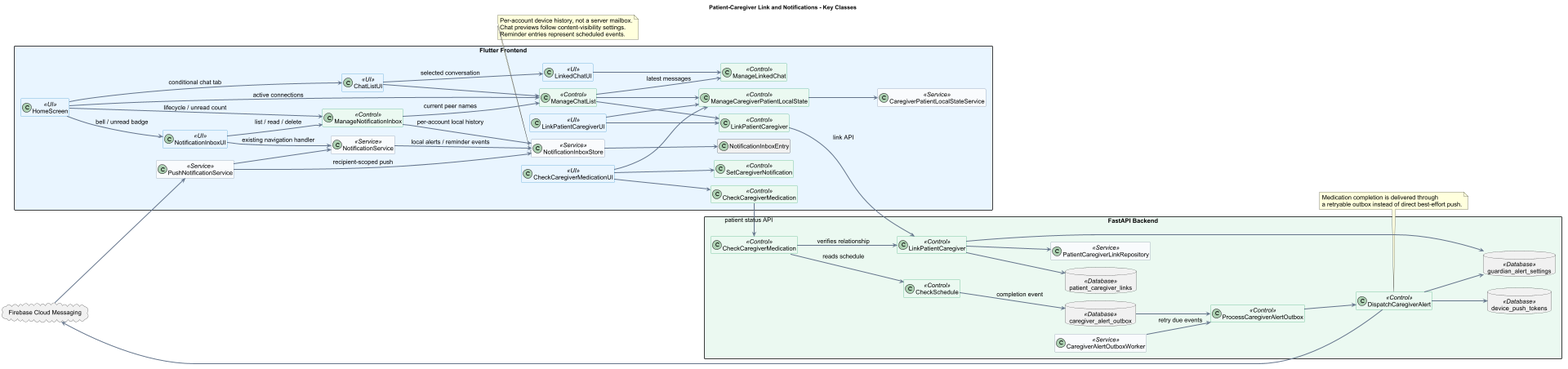
Earlier version of the PlantUML export docs/UML/class/04_CaregiverNotifications.png (1window2/MedBuddy). Its diagram source:
```plantuml
@startuml
allowmixing
scale max 1920 width
left to right direction
!pragma layout smetana

title Patient-Caregiver Link and Notifications - Key Classes

skinparam backgroundColor white
skinparam shadowing false
skinparam linetype ortho
skinparam defaultFontName Arial
skinparam defaultFontSize 15
skinparam ArrowColor #64748B
skinparam ArrowThickness 2
skinparam packageStyle rectangle
skinparam classAttributeIconSize 0
hide empty members

skinparam classBackgroundColor<<UI>> #E8F4FF
skinparam classBorderColor<<UI>> #147BC1
skinparam classBackgroundColor<<Control>> #EAF8F0
skinparam classBorderColor<<Control>> #159957
skinparam classBackgroundColor<<Service>> #F8FAFC
skinparam classBorderColor<<Service>> #64748B
skinparam classBackgroundColor<<Database>> #FFF7E6
skinparam classBorderColor<<Database>> #D97706
skinparam classBackgroundColor<<External>> #FFF7E6
skinparam classBorderColor<<External>> #D97706

package "Flutter Frontend" #E8F4FF {
  class HomeScreen <<UI>>
  class ChatListUI <<UI>>
  class LinkedChatUI <<UI>>
  class ManageChatList <<Control>>
  class ManageLinkedChat <<Control>>
  class LinkPatientCaregiverUI <<UI>>
  class CheckCaregiverMedicationUI <<UI>>
  class "LinkPatientCaregiver" as FLinkPatientCaregiver <<Control>>
  class ManageCaregiverPatientLocalState <<Control>>
  class "CheckCaregiverMedication" as FCheckCaregiverMedication <<Control>>
  class "SetCaregiverNotification" as FSetCaregiverNotification <<Control>>
  class CaregiverPatientLocalStateService <<Service>>
  class PushNotificationService <<Service>>
  class NotificationService <<Service>>
  class NotificationInboxUI <<UI>>
  class ManageNotificationInbox <<Control>>
  class NotificationInboxStore <<Service>>
  class NotificationInboxEntry
}

package "FastAPI Backend" #EAF8F0 {
  class "LinkPatientCaregiver" as BLinkPatientCaregiver <<Control>>
  class "CheckCaregiverMedication" as BCheckCaregiverMedication <<Control>>
  class "CheckSchedule" as BCheckSchedule <<Control>>
  class DispatchCaregiverAlert <<Control>>
  class ProcessCaregiverAlertOutbox <<Control>>
  class CaregiverAlertOutboxWorker <<Service>>
  class PatientCaregiverLinkRepository <<Service>>
  database "patient_caregiver_links" as DBPatientCaregiverLink <<Database>>
  database "guardian_alert_settings" as DBCaregiverNotification <<Database>>
  database "caregiver_alert_outbox" as DBCaregiverAlertOutbox <<Database>>
  database "device_push_tokens" as DBDevicePushToken <<Database>>
}

cloud "Firebase Cloud Messaging" as FCM

LinkPatientCaregiverUI --> FLinkPatientCaregiver
HomeScreen --> ManageChatList : active connections
HomeScreen --> NotificationInboxUI : bell / unread badge
HomeScreen --> ManageNotificationInbox : lifecycle / unread count
NotificationInboxUI --> ManageNotificationInbox : list / read / delete
ManageNotificationInbox --> NotificationInboxStore : per-account local history
ManageNotificationInbox --> ManageChatList : current peer names
NotificationInboxStore --> NotificationInboxEntry
NotificationService --> NotificationInboxStore : local alerts / reminder events
PushNotificationService --> NotificationInboxStore : recipient-scoped push
NotificationInboxUI --> NotificationService : existing navigation handler
HomeScreen --> ChatListUI : conditional chat tab
ChatListUI --> LinkedChatUI : selected conversation
ChatListUI --> ManageChatList
ManageChatList --> FLinkPatientCaregiver
ManageChatList --> ManageCaregiverPatientLocalState
ManageChatList --> ManageLinkedChat : latest messages
LinkedChatUI --> ManageLinkedChat
LinkPatientCaregiverUI --> ManageCaregiverPatientLocalState
CheckCaregiverMedicationUI --> FCheckCaregiverMedication
CheckCaregiverMedicationUI --> FSetCaregiverNotification
CheckCaregiverMedicationUI --> ManageCaregiverPatientLocalState
ManageCaregiverPatientLocalState --> CaregiverPatientLocalStateService

FLinkPatientCaregiver --> BLinkPatientCaregiver : link API
FCheckCaregiverMedication --> BCheckCaregiverMedication : patient status API
BLinkPatientCaregiver --> PatientCaregiverLinkRepository
BLinkPatientCaregiver --> DBPatientCaregiverLink
BLinkPatientCaregiver --> DBCaregiverNotification

BCheckCaregiverMedication --> BLinkPatientCaregiver : verifies relationship
BCheckCaregiverMedication --> BCheckSchedule : reads schedule
BCheckSchedule --> DBCaregiverAlertOutbox : completion event
DBCaregiverAlertOutbox --> ProcessCaregiverAlertOutbox
CaregiverAlertOutboxWorker --> ProcessCaregiverAlertOutbox : retry due events
ProcessCaregiverAlertOutbox --> DispatchCaregiverAlert
DispatchCaregiverAlert --> DBCaregiverNotification
DispatchCaregiverAlert --> DBDevicePushToken
DispatchCaregiverAlert --> FCM
FCM --> PushNotificationService
PushNotificationService --> NotificationService

note bottom of DispatchCaregiverAlert
  Medication completion is delivered through
  a retryable outbox instead of direct best-effort push.
end note
note bottom of NotificationInboxStore
  Per-account device history, not a server mailbox.
  Chat previews follow content-visibility settings.
  Reminder entries represent scheduled events.
end note
@enduml
```
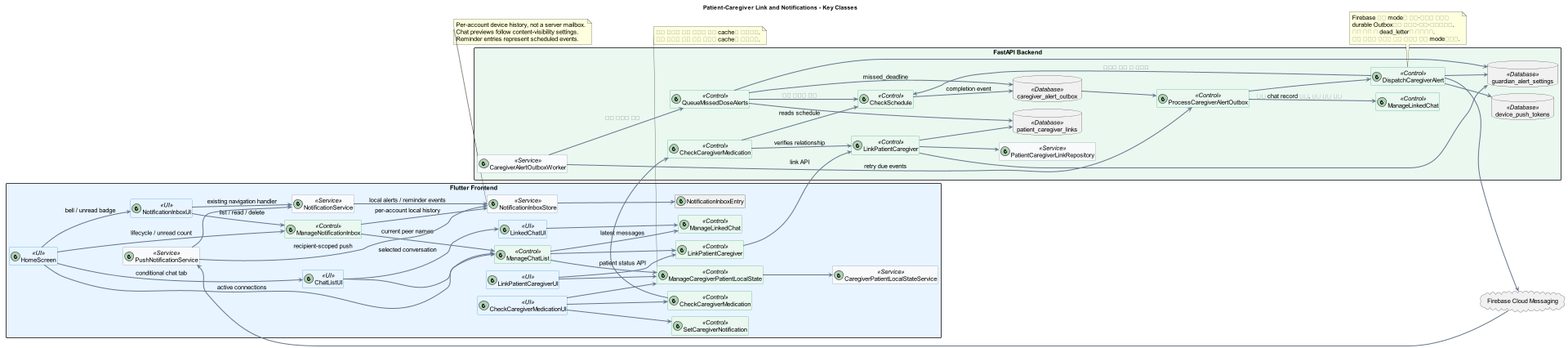
The same file after the commit.

The edit, as a diff of the source:
```diff
@@ -53,6 +53,8 @@
   class "LinkPatientCaregiver" as BLinkPatientCaregiver <<Control>>
   class "CheckCaregiverMedication" as BCheckCaregiverMedication <<Control>>
   class "CheckSchedule" as BCheckSchedule <<Control>>
+  class "ManageLinkedChat" as BManageLinkedChat <<Control>>
+  class QueueMissedDoseAlerts <<Control>>
   class DispatchCaregiverAlert <<Control>>
   class ProcessCaregiverAlertOutbox <<Control>>
   class CaregiverAlertOutboxWorker <<Service>>
@@ -88,6 +90,10 @@
 CheckCaregiverMedicationUI --> FSetCaregiverNotification
 CheckCaregiverMedicationUI --> ManageCaregiverPatientLocalState
 ManageCaregiverPatientLocalState --> CaregiverPatientLocalStateService
+note bottom of ManageCaregiverPatientLocalState
+  활성 연결의 서버 별칭을 기기 cache에 반영한다.
+  별칭 정보가 없는 구형 연결만 cache로 보완한다.
+end note
 
 FLinkPatientCaregiver --> BLinkPatientCaregiver : link API
 FCheckCaregiverMedication --> BCheckCaregiverMedication : patient status API
@@ -100,7 +106,14 @@
 BCheckSchedule --> DBCaregiverAlertOutbox : completion event
 DBCaregiverAlertOutbox --> ProcessCaregiverAlertOutbox
 CaregiverAlertOutboxWorker --> ProcessCaregiverAlertOutbox : retry due events
+CaregiverAlertOutboxWorker --> QueueMissedDoseAlerts : 서버 미복약 검사
+QueueMissedDoseAlerts --> BCheckSchedule : 현재 미완료 확인
+QueueMissedDoseAlerts --> DBPatientCaregiverLink
+QueueMissedDoseAlerts --> DBCaregiverNotification
+QueueMissedDoseAlerts --> DBCaregiverAlertOutbox : missed_deadline
 ProcessCaregiverAlertOutbox --> DispatchCaregiverAlert
+ProcessCaregiverAlertOutbox --> BManageLinkedChat : 완료 chat record 저장, 직접 방송 없음
+DispatchCaregiverAlert --> BCheckSchedule : 미복약 전송 전 재검증
 DispatchCaregiverAlert --> DBCaregiverNotification
 DispatchCaregiverAlert --> DBDevicePushToken
 DispatchCaregiverAlert --> FCM
@@ -108,8 +121,10 @@
 PushNotificationService --> NotificationService
 
 note bottom of DispatchCaregiverAlert
-  Medication completion is delivered through
-  a retryable outbox instead of direct best-effort push.
+  Firebase 인증 mode의 완료·미복약 알림은
+  durable Outbox에서 재검증·전송·재시도한다.
+  한도 도달 시 dead_letter를 보존한다.
+  기기 미복약 감지는 인증 비활성 개발 mode용이다.
 end note
 note bottom of NotificationInboxStore
   Per-account device history, not a server mailbox.
```
